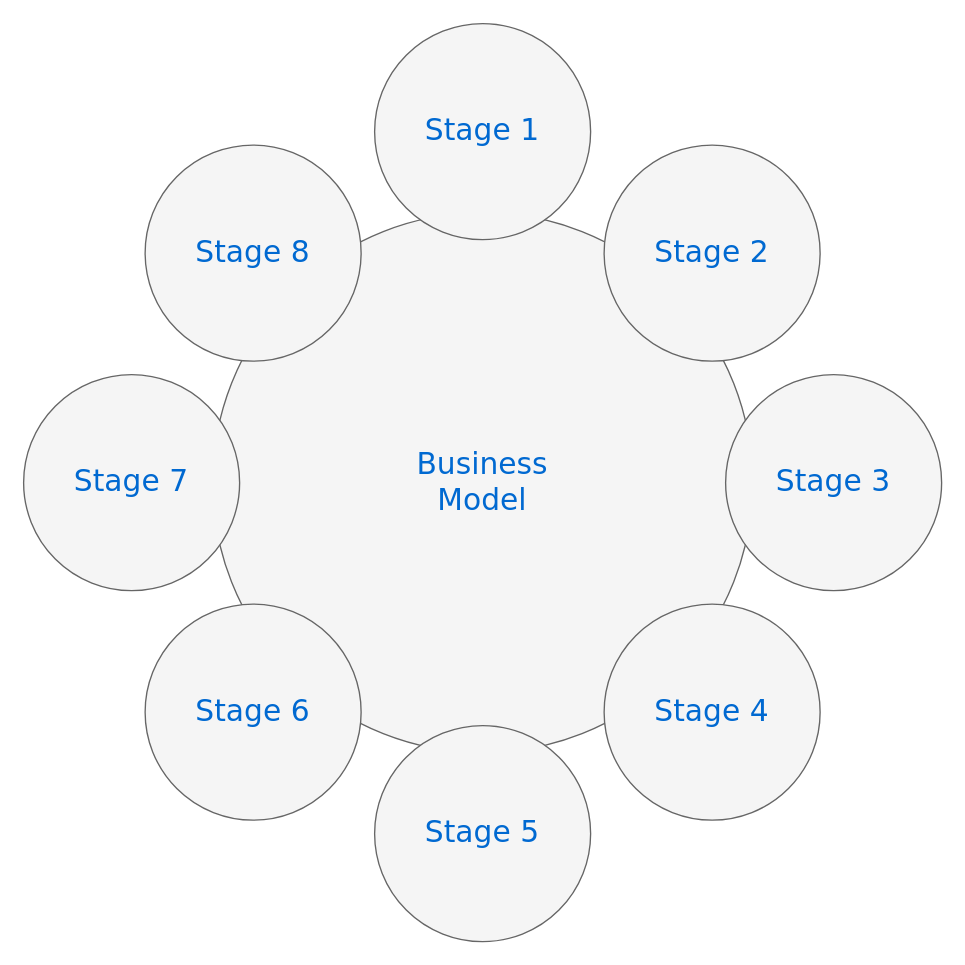
Before: Diagrama sem nome.drawio in AllenHichard/machine-learning-image, a draw.io diagram. Source tidied: cells renumbered, new cells numbered last; positions are measured from the earlier drawing's top-left corner, leaving out a move shared by most shapes. Both pictures are drawn from the tidied source at 135%, with x=0, y=0 at pixel (23, 23).
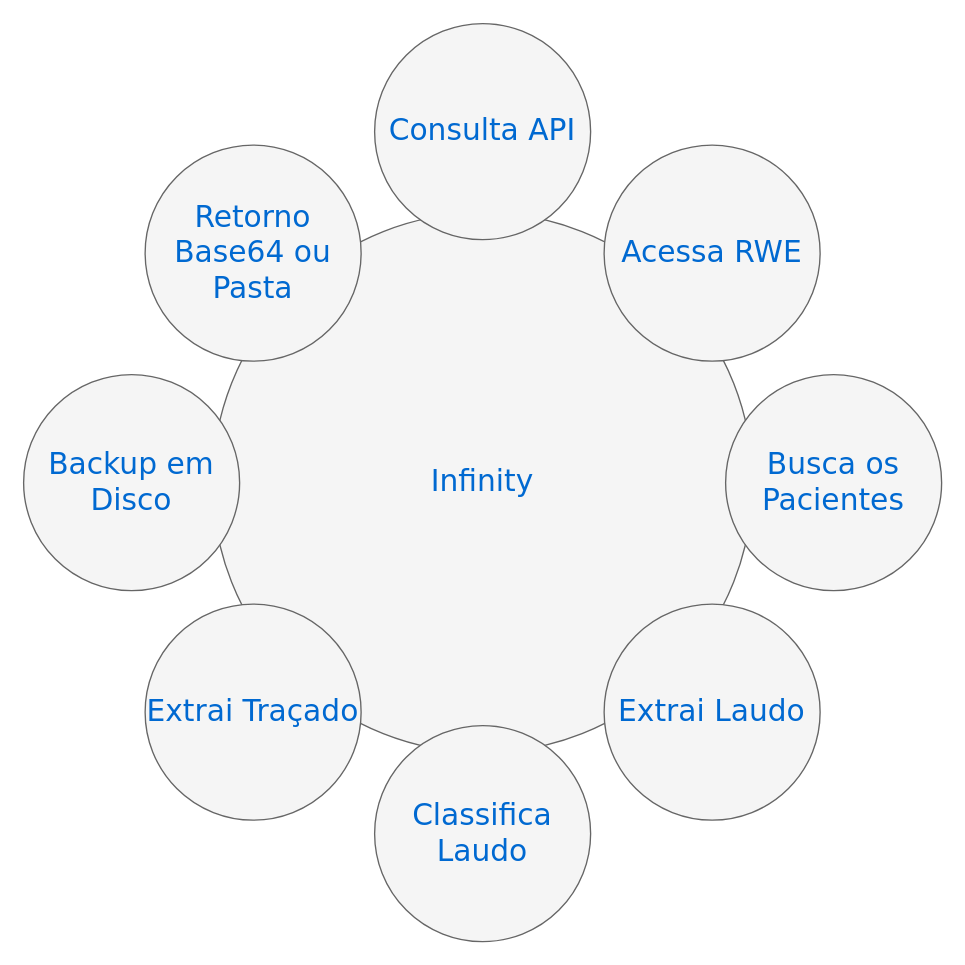
The same diagram, later.

The edit, as a diff of the source:
```diff
@@
 <mxGraphModel>
   <root>
     <mxCell id="0" />
     <mxCell id="1" parent="0" />
-    <mxCell id="2" value="Business&lt;div&gt;Model&lt;/div&gt;" style="ellipse;whiteSpace=wrap;html=1;rounded=0;shadow=0;dashed=0;comic=0;fontFamily=Verdana;fontSize=22;fontColor=#0069D1;fillColor=#f5f5f5;strokeColor=#666666;" parent="1" vertex="1">
+    <mxCell id="2" value="Infinity" style="ellipse;whiteSpace=wrap;html=1;rounded=0;shadow=0;dashed=0;comic=0;fontFamily=Verdana;fontSize=22;fontColor=#0069D1;fillColor=#f5f5f5;strokeColor=#666666;" parent="1" vertex="1">
       <mxGeometry x="140" y="140" width="400" height="400" as="geometry" />
     </mxCell>
-    <mxCell id="3" value="Stage 1" style="ellipse;whiteSpace=wrap;html=1;rounded=0;shadow=0;dashed=0;comic=0;fontFamily=Verdana;fontSize=22;fontColor=#0069D1;fillColor=#f5f5f5;strokeColor=#666666;" parent="1" vertex="1">
+    <mxCell id="3" value="Consulta API" style="ellipse;whiteSpace=wrap;html=1;rounded=0;shadow=0;dashed=0;comic=0;fontFamily=Verdana;fontSize=22;fontColor=#0069D1;fillColor=#f5f5f5;strokeColor=#666666;" parent="1" vertex="1">
       <mxGeometry x="260" width="160" height="160" as="geometry" />
     </mxCell>
-    <mxCell id="4" value="Stage 5" style="ellipse;whiteSpace=wrap;html=1;rounded=0;shadow=0;dashed=0;comic=0;fontFamily=Verdana;fontSize=22;fontColor=#0069D1;fillColor=#f5f5f5;strokeColor=#666666;" parent="1" vertex="1">
+    <mxCell id="4" value="Classifica Laudo" style="ellipse;whiteSpace=wrap;html=1;rounded=0;shadow=0;dashed=0;comic=0;fontFamily=Verdana;fontSize=22;fontColor=#0069D1;fillColor=#f5f5f5;strokeColor=#666666;" parent="1" vertex="1">
       <mxGeometry x="260" y="520" width="160" height="160" as="geometry" />
     </mxCell>
-    <mxCell id="5" value="Stage 3" style="ellipse;whiteSpace=wrap;html=1;rounded=0;shadow=0;dashed=0;comic=0;fontFamily=Verdana;fontSize=22;fontColor=#0069D1;fillColor=#f5f5f5;strokeColor=#666666;" parent="1" vertex="1">
+    <mxCell id="5" value="Busca os Pacientes" style="ellipse;whiteSpace=wrap;html=1;rounded=0;shadow=0;dashed=0;comic=0;fontFamily=Verdana;fontSize=22;fontColor=#0069D1;fillColor=#f5f5f5;strokeColor=#666666;" parent="1" vertex="1">
       <mxGeometry x="520" y="260" width="160" height="160" as="geometry" />
     </mxCell>
-    <mxCell id="6" value="Stage 7" style="ellipse;whiteSpace=wrap;html=1;rounded=0;shadow=0;dashed=0;comic=0;fontFamily=Verdana;fontSize=22;fontColor=#0069D1;fillColor=#f5f5f5;strokeColor=#666666;" parent="1" vertex="1">
+    <mxCell id="6" value="Backup em Disco" style="ellipse;whiteSpace=wrap;html=1;rounded=0;shadow=0;dashed=0;comic=0;fontFamily=Verdana;fontSize=22;fontColor=#0069D1;fillColor=#f5f5f5;strokeColor=#666666;" parent="1" vertex="1">
       <mxGeometry y="260" width="160" height="160" as="geometry" />
     </mxCell>
-    <mxCell id="7" value="Stage 8" style="ellipse;whiteSpace=wrap;html=1;rounded=0;shadow=0;dashed=0;comic=0;fontFamily=Verdana;fontSize=22;fontColor=#0069D1;fillColor=#f5f5f5;strokeColor=#666666;" parent="1" vertex="1">
+    <mxCell id="7" value="Retorno Base64 ou Pasta" style="ellipse;whiteSpace=wrap;html=1;rounded=0;shadow=0;dashed=0;comic=0;fontFamily=Verdana;fontSize=22;fontColor=#0069D1;fillColor=#f5f5f5;strokeColor=#666666;" parent="1" vertex="1">
       <mxGeometry x="90" y="90" width="160" height="160" as="geometry" />
     </mxCell>
-    <mxCell id="8" value="Stage 2" style="ellipse;whiteSpace=wrap;html=1;rounded=0;shadow=0;dashed=0;comic=0;fontFamily=Verdana;fontSize=22;fontColor=#0069D1;fillColor=#f5f5f5;strokeColor=#666666;" parent="1" vertex="1">
+    <mxCell id="8" value="Acessa RWE" style="ellipse;whiteSpace=wrap;html=1;rounded=0;shadow=0;dashed=0;comic=0;fontFamily=Verdana;fontSize=22;fontColor=#0069D1;fillColor=#f5f5f5;strokeColor=#666666;" parent="1" vertex="1">
       <mxGeometry x="430" y="90" width="160" height="160" as="geometry" />
     </mxCell>
-    <mxCell id="9" value="Stage 4" style="ellipse;whiteSpace=wrap;html=1;rounded=0;shadow=0;dashed=0;comic=0;fontFamily=Verdana;fontSize=22;fontColor=#0069D1;fillColor=#f5f5f5;strokeColor=#666666;" parent="1" vertex="1">
+    <mxCell id="9" value="Extrai Laudo" style="ellipse;whiteSpace=wrap;html=1;rounded=0;shadow=0;dashed=0;comic=0;fontFamily=Verdana;fontSize=22;fontColor=#0069D1;fillColor=#f5f5f5;strokeColor=#666666;" parent="1" vertex="1">
       <mxGeometry x="430" y="430" width="160" height="160" as="geometry" />
     </mxCell>
-    <mxCell id="10" value="Stage 6" style="ellipse;whiteSpace=wrap;html=1;rounded=0;shadow=0;dashed=0;comic=0;fontFamily=Verdana;fontSize=22;fontColor=#0069D1;fillColor=#f5f5f5;strokeColor=#666666;" parent="1" vertex="1">
+    <mxCell id="10" value="Extrai Traçado" style="ellipse;whiteSpace=wrap;html=1;rounded=0;shadow=0;dashed=0;comic=0;fontFamily=Verdana;fontSize=22;fontColor=#0069D1;fillColor=#f5f5f5;strokeColor=#666666;" parent="1" vertex="1">
       <mxGeometry x="90" y="430" width="160" height="160" as="geometry" />
     </mxCell>
   </root>
 </mxGraphModel>
```
